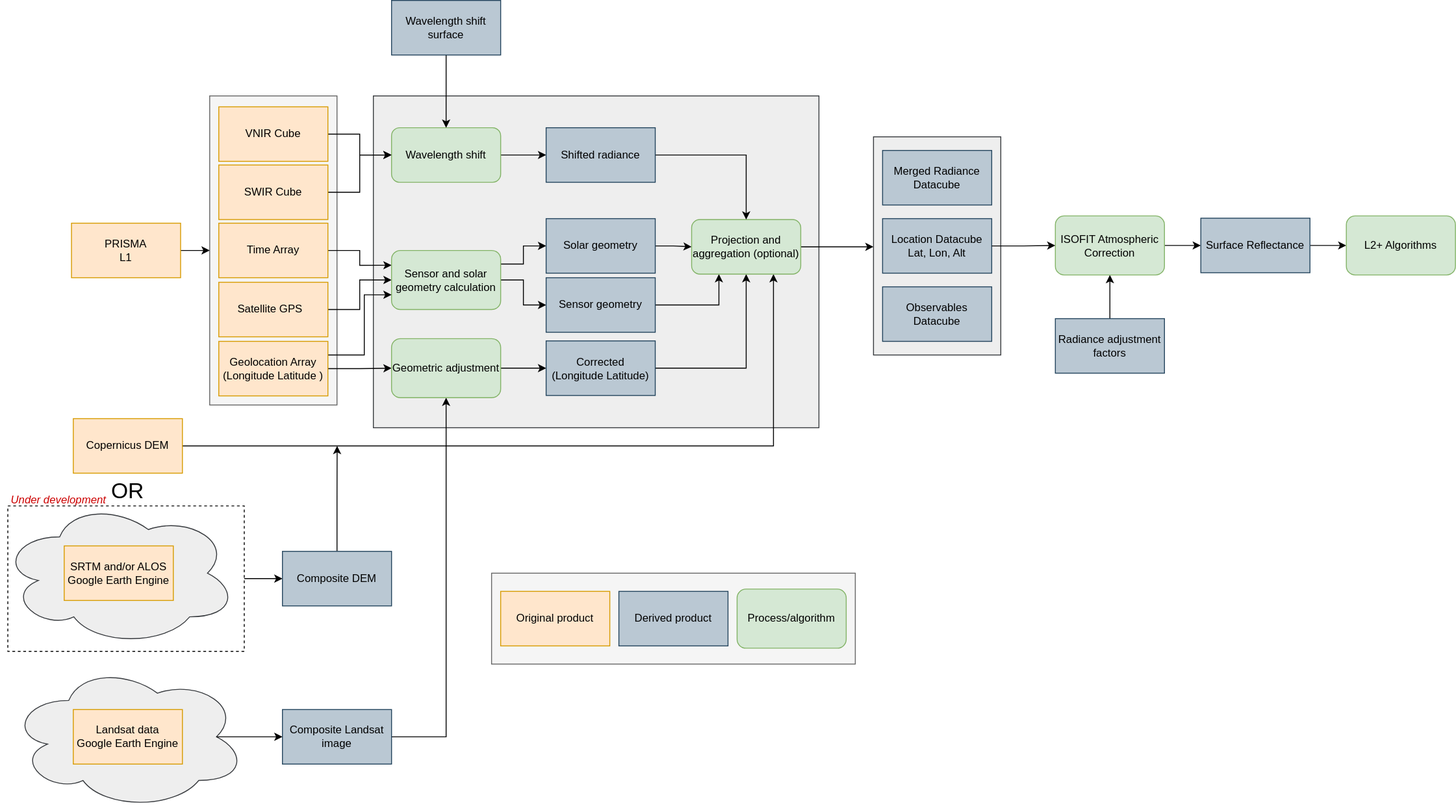
This is figures/prisma_workflow.svg from sister-jpl/sister, a draw.io export, as it was before one commit. Source tidied: cells renumbered, new cells last; positions are measured from the earlier drawing's top-left corner, leaving out a move shared by most shapes.
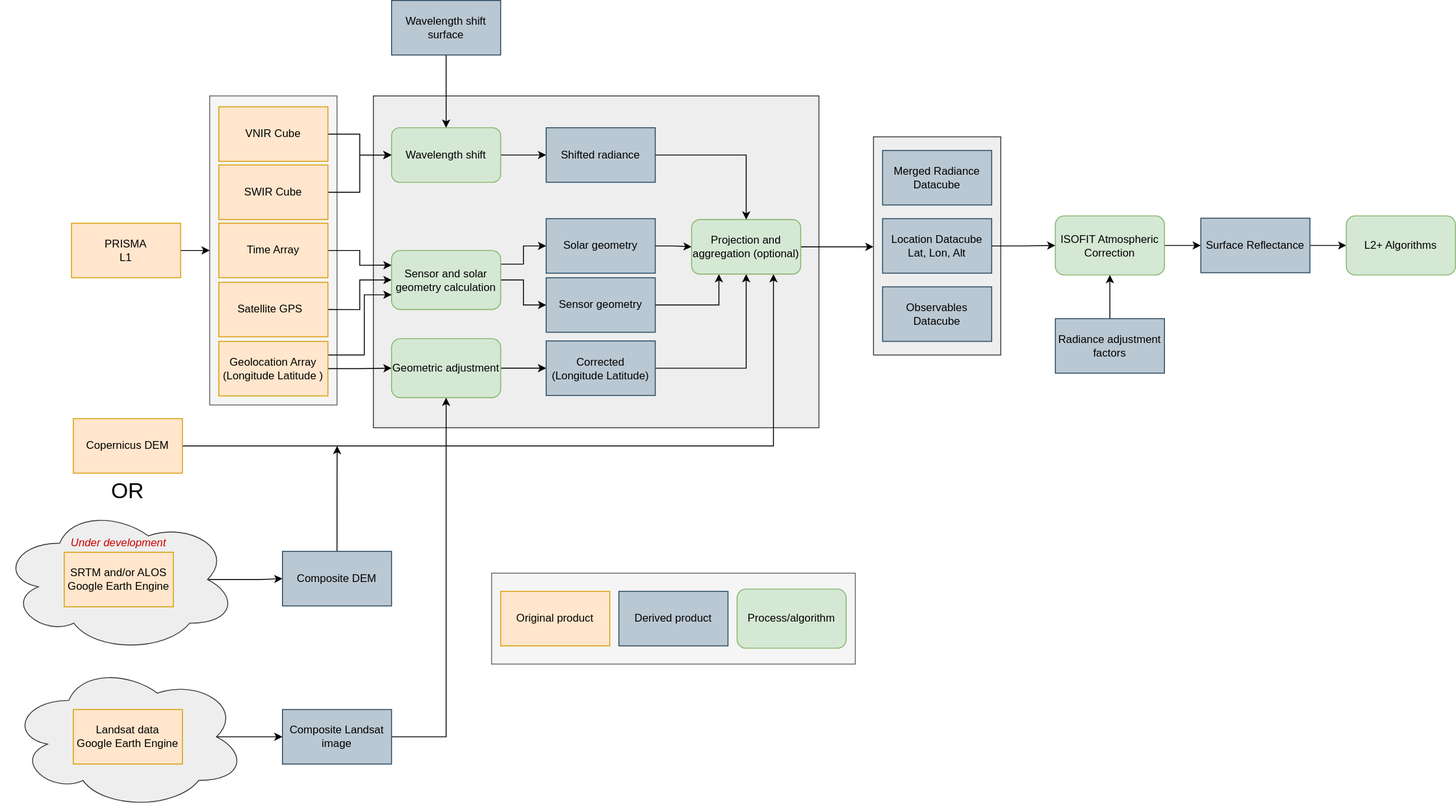
After the commit.

Commit message:
Updated workflow figures

The edit, as a diff of the source:
```diff
@@ -1,16 +1,13 @@
-<mxGraphModel>
+<mxGraphModel background="#FFFFFF">
   <root>
     <mxCell id="0" />
     <mxCell id="1" parent="0" />
     <mxCell id="2" style="rounded=0;whiteSpace=wrap;html=1;fillColor=#eeeeee;strokeColor=#36393d;" parent="1" vertex="1">
       <mxGeometry x="410" y="105" width="490" height="365" as="geometry" />
     </mxCell>
-    <mxCell id="3" style="edgeStyle=orthogonalEdgeStyle;rounded=0;jettySize=auto;html=1;exitX=1;exitY=0.5;exitDx=0;exitDy=0;entryX=0;entryY=0.5;entryDx=0;entryDy=0;" parent="1" edge="1" source="4" target="48">
+    <mxCell id="3" style="edgeStyle=orthogonalEdgeStyle;rounded=0;jettySize=auto;html=1;exitX=0.875;exitY=0.5;exitDx=0;exitDy=0;entryX=0;entryY=0.5;entryDx=0;entryDy=0;exitPerimeter=0;" parent="1" edge="1" source="44" target="48">
       <mxGeometry relative="1" as="geometry" />
     </mxCell>
-    <mxCell id="4" style="rounded=0;whiteSpace=wrap;html=1;dashed=1;" parent="1" vertex="1">
-      <mxGeometry x="8" y="556" width="260" height="160" as="geometry" />
-    </mxCell>
     <mxCell id="5" style="rounded=0;whiteSpace=wrap;html=1;fillColor=#f5f5f5;strokeColor=#666666;fontColor=#333333;" parent="1" vertex="1">
       <mxGeometry x="230" y="105" width="140" height="340" as="geometry" />
     </mxCell>
@@ -142,7 +139,7 @@
       <mxGeometry x="70" y="50" width="120" height="60" as="geometry" />
     </mxCell>
     <mxCell id="43" style="group;" parent="1" vertex="1">
-      <mxGeometry y="550" width="260" height="160" as="geometry" />
+      <mxGeometry y="557" width="260" height="160" as="geometry" />
     </mxCell>
     <mxCell id="44" style="ellipse;shape=cloud;whiteSpace=wrap;html=1;fillColor=#eeeeee;strokeColor=#36393d;" parent="43" vertex="1">
       <mxGeometry width="260" height="160" as="geometry" />
@@ -151,7 +148,7 @@
       <mxGeometry x="70" y="50" width="120" height="60" as="geometry" />
     </mxCell>
     <mxCell id="46" value="&lt;font color=&quot;#cc0000&quot;&gt;&lt;i&gt;Under development&lt;/i&gt;&lt;/font&gt;" style="text;html=1;strokeColor=none;fillColor=none;align=center;verticalAlign=middle;whiteSpace=wrap;rounded=0;dashed=1;" parent="43" vertex="1">
-      <mxGeometry x="8" y="-10" width="112" height="20" as="geometry" />
+      <mxGeometry x="74" y="30" width="112" height="20" as="geometry" />
     </mxCell>
     <mxCell id="47" style="edgeStyle=orthogonalEdgeStyle;rounded=0;jettySize=auto;html=1;exitX=0.5;exitY=0;exitDx=0;exitDy=0;" parent="1" edge="1" source="48">
       <mxGeometry relative="1" as="geometry">
```
